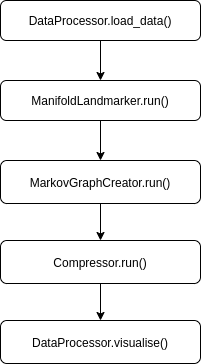
The draw.io diagram documents/HighLevelDataflow.png in ilonatommy/ShapeVis, before a commit. Source tidied: cells renumbered, new cells last; positions are measured from the earlier drawing's top-left corner, leaving out a move shared by most shapes. Source of this version:
```xml
<mxGraphModel>
  <root>
    <mxCell id="0" />
    <mxCell id="1" parent="0" />
    <mxCell id="2" value="DataProcessor.load_data()" style="rounded=1;whiteSpace=wrap;html=1;fontSize=12;glass=0;strokeWidth=1;shadow=0;" parent="1" vertex="1">
      <mxGeometry width="200" height="40" as="geometry" />
    </mxCell>
    <mxCell id="3" style="edgeStyle=orthogonalEdgeStyle;rounded=0;jettySize=auto;html=1;" parent="1" edge="1" source="4" target="6">
      <mxGeometry relative="1" as="geometry" />
    </mxCell>
    <mxCell id="4" value="ManifoldLandmarker.run()" style="rounded=1;whiteSpace=wrap;html=1;fontSize=12;glass=0;strokeWidth=1;shadow=0;" parent="1" vertex="1">
      <mxGeometry y="80" width="200" height="40" as="geometry" />
    </mxCell>
    <mxCell id="5" style="edgeStyle=orthogonalEdgeStyle;rounded=0;jettySize=auto;html=1;" parent="1" edge="1" source="6" target="8">
      <mxGeometry relative="1" as="geometry" />
    </mxCell>
    <mxCell id="6" value="MarkovGraphCreator.run()" style="rounded=1;whiteSpace=wrap;html=1;fontSize=12;glass=0;strokeWidth=1;shadow=0;" parent="1" vertex="1">
      <mxGeometry y="160" width="200" height="43" as="geometry" />
    </mxCell>
    <mxCell id="7" style="edgeStyle=orthogonalEdgeStyle;rounded=0;jettySize=auto;html=1;" parent="1" edge="1" source="8" target="9">
      <mxGeometry relative="1" as="geometry" />
    </mxCell>
    <mxCell id="8" value="Compressor.run()" style="rounded=1;whiteSpace=wrap;html=1;fontSize=12;glass=0;strokeWidth=1;shadow=0;" parent="1" vertex="1">
      <mxGeometry y="240" width="200" height="43" as="geometry" />
    </mxCell>
    <mxCell id="9" value="DataProcessor.visualise()" style="rounded=1;whiteSpace=wrap;html=1;fontSize=12;glass=0;strokeWidth=1;shadow=0;" parent="1" vertex="1">
      <mxGeometry y="320" width="200" height="43" as="geometry" />
    </mxCell>
    <mxCell id="10" style="endArrow=classic;html=1;strokeColor=#000000;exitX=0.5;exitY=1;exitDx=0;exitDy=0;" parent="1" edge="1" source="2" target="4">
      <mxGeometry relative="1" as="geometry" />
    </mxCell>
  </root>
</mxGraphModel>
```
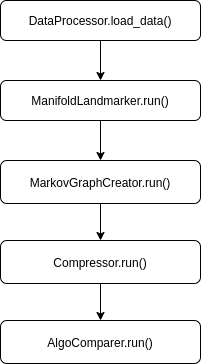
Above is the later version.

Change to the diagram source:
```diff
@@ -23,7 +23,7 @@
     <mxCell id="8" value="Compressor.run()" style="rounded=1;whiteSpace=wrap;html=1;fontSize=12;glass=0;strokeWidth=1;shadow=0;" parent="1" vertex="1">
       <mxGeometry y="240" width="200" height="43" as="geometry" />
     </mxCell>
-    <mxCell id="9" value="DataProcessor.visualise()" style="rounded=1;whiteSpace=wrap;html=1;fontSize=12;glass=0;strokeWidth=1;shadow=0;" parent="1" vertex="1">
+    <mxCell id="9" value="AlgoComparer.run()" style="rounded=1;whiteSpace=wrap;html=1;fontSize=12;glass=0;strokeWidth=1;shadow=0;" parent="1" vertex="1">
       <mxGeometry y="320" width="200" height="43" as="geometry" />
     </mxCell>
     <mxCell id="10" style="endArrow=classic;html=1;strokeColor=#000000;exitX=0.5;exitY=1;exitDx=0;exitDy=0;" parent="1" edge="1" source="2" target="4">
```
